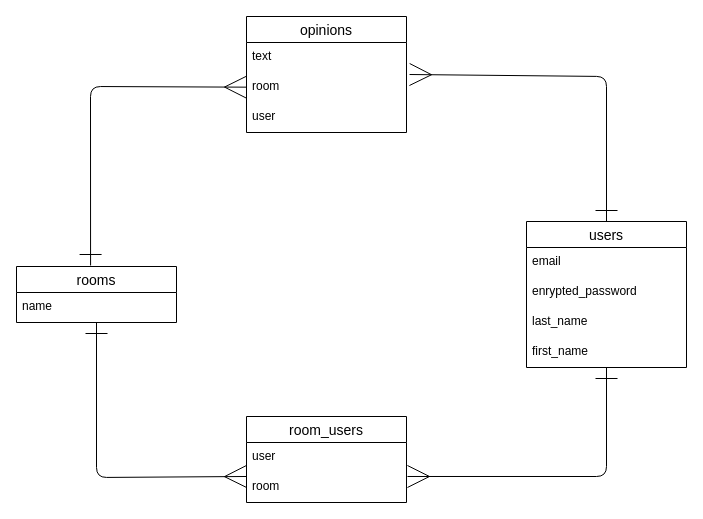
This is mynion.dio from maximumry/mynion, a draw.io file, before an edit. Source tidied: cells renumbered, new cells numbered last; positions are measured from the earlier drawing's top-left corner, leaving out a move shared by most shapes. Both pictures are drawn from the tidied source at 100%, with x=0, y=0 at pixel (16, 16).
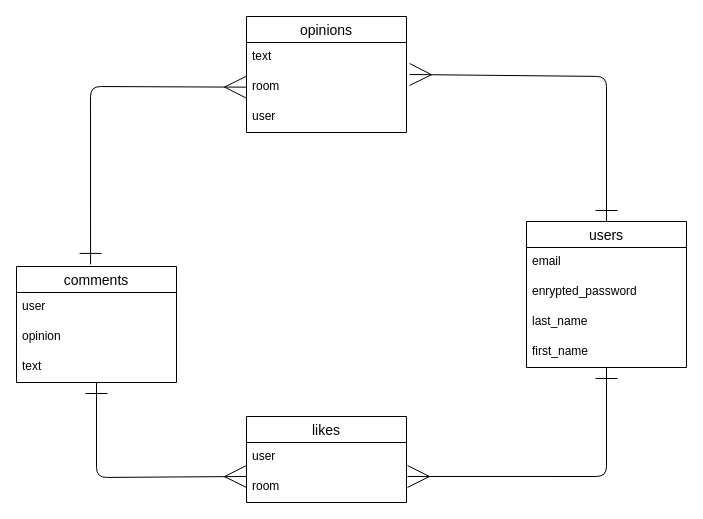
After the change.

Commit message (it also covers changes not shown here):
データベース設計(修正)

What changed in the source:
```diff
@@
-    <mxCell id="3" value="rooms" style="swimlane;fontStyle=0;horizontal=1;startSize=26;align=center;fontSize=14;" parent="1" vertex="1">
-      <mxGeometry y="250" width="160" height="56" as="geometry" />
+    <mxCell id="3" value="comments" style="swimlane;fontStyle=0;horizontal=1;startSize=26;align=center;fontSize=14;" parent="1" vertex="1">
+      <mxGeometry y="250" width="160" height="116" as="geometry" />
     </mxCell>
+    <mxCell id="20" value="user" style="text;strokeColor=none;fillColor=none;spacingLeft=4;spacingRight=4;overflow=hidden;fontSize=12;" parent="3" vertex="1">
+      <mxGeometry y="26" width="160" height="30" as="geometry" />
+    </mxCell>
+    <mxCell id="21" value="opinion" style="text;strokeColor=none;fillColor=none;spacingLeft=4;spacingRight=4;overflow=hidden;fontSize=12;" parent="3" vertex="1">
+      <mxGeometry y="56" width="160" height="30" as="geometry" />
+    </mxCell>
-    <mxCell id="4" value="name" style="text;strokeColor=none;fillColor=none;spacingLeft=4;spacingRight=4;overflow=hidden;fontSize=12;" parent="3" vertex="1">
-      <mxGeometry y="26" width="160" height="30" as="geometry" />
+    <mxCell id="4" value="text" style="text;strokeColor=none;fillColor=none;spacingLeft=4;spacingRight=4;overflow=hidden;fontSize=12;" parent="3" vertex="1">
+      <mxGeometry y="86" width="160" height="30" as="geometry" />
     </mxCell>
-    <mxCell id="5" value="room_users" style="swimlane;fontStyle=0;horizontal=1;startSize=26;align=center;fontSize=14;" parent="1" vertex="1">
+    <mxCell id="5" value="likes" style="swimlane;fontStyle=0;horizontal=1;startSize=26;align=center;fontSize=14;" parent="1" vertex="1">
       <mxGeometry x="230" y="400" width="160" height="86" as="geometry" />
     </mxCell>
```
